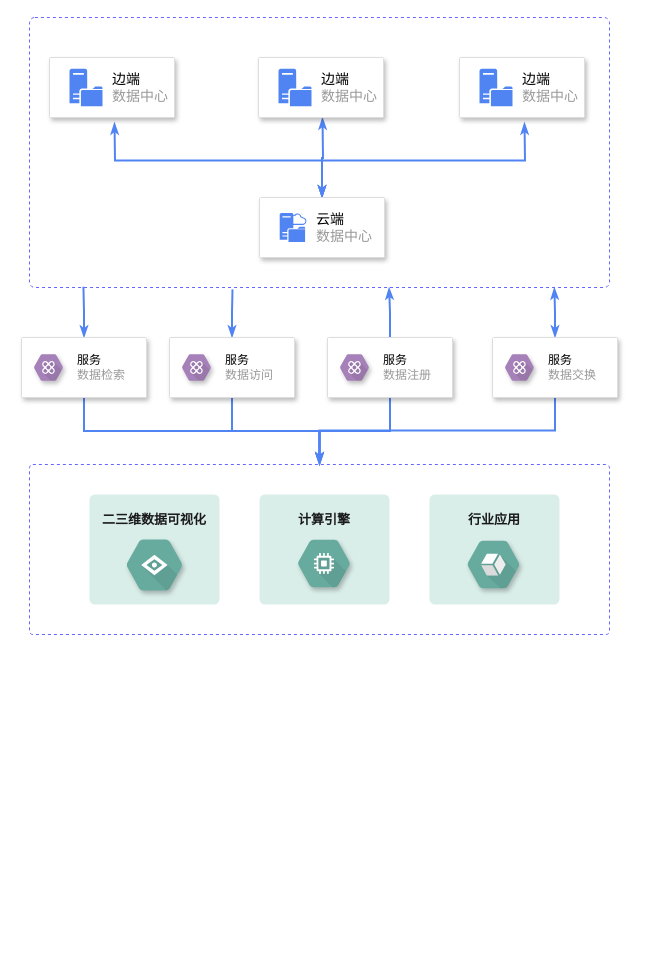
Before: page "整体架构图" (7 of 9) of agriview.drawio in GISering/diagram, a draw.io diagram. Source tidied: cells renumbered, new cells numbered last; positions are measured from the earlier drawing's top-left corner, leaving out a move shared by most shapes. Both pictures are drawn from the tidied source at 100%, with x=0, y=0 at pixel (21, 17).
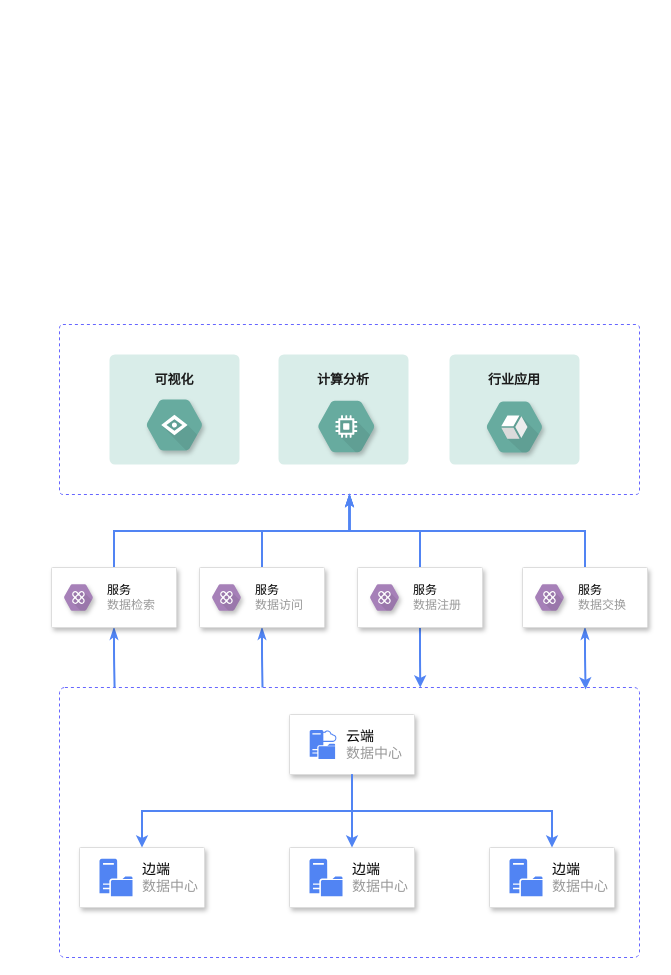
Above is the later version.

Commit message:
1.页面名称备注; 2.整体架构图布局

The change refers to these unchanged cells:
```xml
<mxCell id="26" style="strokeColor=#dddddd;shadow=1;strokeWidth=1;rounded=1;absoluteArcSize=1;arcSize=2;labelBackgroundColor=default;fontSize=16;fontColor=#999999;fillColor=#FFFFFF;" parent="25" vertex="1">
  <mxGeometry width="125" height="60" as="geometry" />
</mxCell>
<mxCell id="29" style="strokeColor=#dddddd;shadow=1;strokeWidth=1;rounded=1;absoluteArcSize=1;arcSize=2;labelBackgroundColor=default;fontSize=16;fontColor=#999999;fillColor=#FFFFFF;" parent="28" vertex="1">
  <mxGeometry width="125" height="60" as="geometry" />
</mxCell>
<mxCell id="32" style="strokeColor=#dddddd;shadow=1;strokeWidth=1;rounded=1;absoluteArcSize=1;arcSize=2;labelBackgroundColor=default;fontSize=16;fontColor=#999999;fillColor=#FFFFFF;" parent="31" vertex="1">
  <mxGeometry width="125" height="60" as="geometry" />
</mxCell>
```

Diff of the diagram source:
```diff
@@
     <mxCell id="2" style="rounded=1;whiteSpace=wrap;html=1;strokeColor=#6666FF;fillColor=#FFFFFF;dashed=1;arcSize=2;" parent="1" vertex="1">
-      <mxGeometry x="8" y="447" width="580" height="170" as="geometry" />
+      <mxGeometry x="38" y="307" width="580" height="170" as="geometry" />
     </mxCell>
     <mxCell id="3" style="rounded=1;whiteSpace=wrap;html=1;strokeColor=#6666FF;fillColor=#FFFFFF;dashed=1;arcSize=2;" parent="1" vertex="1">
-      <mxGeometry x="8" width="580" height="270" as="geometry" />
+      <mxGeometry x="38" y="670" width="580" height="270" as="geometry" />
     </mxCell>
-    <mxCell id="4" style="edgeStyle=orthogonalEdgeStyle;rounded=0;jettySize=auto;html=1;exitX=0.5;exitY=0;exitDx=0;exitDy=0;entryX=0.5;entryY=1;entryDx=0;entryDy=0;fontSize=16;fontColor=#999999;startArrow=classicThin;startFill=1;endArrow=classicThin;endFill=1;strokeColor=#5184F3;strokeWidth=2;" parent="1" edge="1" source="23">
-      <mxGeometry relative="1" as="geometry">
-        <mxPoint x="93" y="105" as="targetPoint" />
-      </mxGeometry>
-    </mxCell>
-    <mxCell id="5" style="edgeStyle=orthogonalEdgeStyle;rounded=0;jettySize=auto;html=1;exitX=0.5;exitY=0;exitDx=0;exitDy=0;entryX=0.5;entryY=1;entryDx=0;entryDy=0;fontSize=16;fontColor=#999999;startArrow=classicThin;startFill=1;endArrow=classicThin;endFill=1;strokeColor=#5184F3;strokeWidth=2;" parent="1" edge="1" source="23">
-      <mxGeometry relative="1" as="geometry">
-        <mxPoint x="503" y="105" as="targetPoint" />
-      </mxGeometry>
-    </mxCell>
-    <mxCell id="6" style="edgeStyle=orthogonalEdgeStyle;rounded=0;jettySize=auto;html=1;exitX=0.5;exitY=0;exitDx=0;exitDy=0;entryX=0.093;entryY=0.997;entryDx=0;entryDy=0;entryPerimeter=0;fontSize=14;fontColor=#999999;startArrow=classicThin;startFill=1;endArrow=none;endFill=0;strokeColor=#5184F3;strokeWidth=2;" parent="1" edge="1" source="8" target="3">
+    <mxCell id="6" style="edgeStyle=orthogonalEdgeStyle;curved=0;rounded=1;sketch=0;jettySize=auto;html=1;exitX=0.5;exitY=1;exitDx=0;exitDy=0;entryX=0.095;entryY=0;entryDx=0;entryDy=0;entryPerimeter=0;fontColor=#393C56;strokeColor=#5184F3;strokeWidth=2;fillColor=#F2CC8F;startArrow=classicThin;startFill=1;endArrow=none;endFill=0;" parent="1" edge="1" source="8" target="3">
       <mxGeometry relative="1" as="geometry" />
     </mxCell>
-    <mxCell id="7" style="edgeStyle=orthogonalEdgeStyle;rounded=0;jettySize=auto;html=1;exitX=0.5;exitY=1;exitDx=0;exitDy=0;fontSize=14;fontColor=#000000;startArrow=none;startFill=0;endArrow=classicThin;endFill=1;strokeColor=#5184F3;strokeWidth=2;" parent="1" edge="1" source="8" target="2">
+    <mxCell id="7" style="edgeStyle=orthogonalEdgeStyle;rounded=0;sketch=0;jettySize=auto;html=1;exitX=0.5;exitY=0;exitDx=0;exitDy=0;entryX=0.5;entryY=1;entryDx=0;entryDy=0;fontColor=#393C56;startArrow=none;startFill=0;endArrow=classicThin;endFill=1;strokeColor=#5184F3;strokeWidth=2;fillColor=#F2CC8F;" parent="1" edge="1" source="8" target="2">
       <mxGeometry relative="1" as="geometry" />
     </mxCell>
     <mxCell id="8" style="strokeColor=#dddddd;shadow=1;strokeWidth=1;rounded=1;absoluteArcSize=1;arcSize=2;labelBackgroundColor=default;fontSize=16;fontColor=#999999;fillColor=#FFFFFF;" parent="1" vertex="1">
-      <mxGeometry y="320" width="125" height="60" as="geometry" />
+      <mxGeometry x="30" y="550" width="125" height="60" as="geometry" />
     </mxCell>
@@
-    <mxCell id="10" style="edgeStyle=orthogonalEdgeStyle;rounded=0;jettySize=auto;html=1;exitX=0.5;exitY=0;exitDx=0;exitDy=0;entryX=0.35;entryY=1.007;entryDx=0;entryDy=0;entryPerimeter=0;fontSize=14;fontColor=#999999;startArrow=classicThin;startFill=1;endArrow=none;endFill=0;strokeColor=#5184F3;strokeWidth=2;" parent="1" edge="1" source="12" target="3">
+    <mxCell id="10" style="edgeStyle=orthogonalEdgeStyle;curved=0;rounded=1;sketch=0;jettySize=auto;html=1;exitX=0.5;exitY=1;exitDx=0;exitDy=0;entryX=0.35;entryY=0;entryDx=0;entryDy=0;entryPerimeter=0;fontColor=#393C56;strokeColor=#5184F3;strokeWidth=2;fillColor=#F2CC8F;endArrow=none;endFill=0;startArrow=classicThin;startFill=1;" parent="1" edge="1" source="12" target="3">
       <mxGeometry relative="1" as="geometry" />
     </mxCell>
-    <mxCell id="11" style="edgeStyle=orthogonalEdgeStyle;rounded=0;jettySize=auto;html=1;exitX=0.5;exitY=1;exitDx=0;exitDy=0;entryX=0.5;entryY=0;entryDx=0;entryDy=0;fontSize=14;fontColor=#000000;startArrow=none;startFill=0;endArrow=classicThin;endFill=1;strokeColor=#5184F3;strokeWidth=2;" parent="1" edge="1" source="12" target="2">
+    <mxCell id="11" style="edgeStyle=orthogonalEdgeStyle;rounded=0;sketch=0;jettySize=auto;html=1;exitX=0.5;exitY=0;exitDx=0;exitDy=0;entryX=0.5;entryY=1;entryDx=0;entryDy=0;fontColor=#393C56;startArrow=none;startFill=0;endArrow=classicThin;endFill=1;strokeColor=#5184F3;strokeWidth=2;fillColor=#F2CC8F;" parent="1" edge="1" source="12" target="2">
       <mxGeometry relative="1" as="geometry" />
     </mxCell>
     <mxCell id="12" style="strokeColor=#dddddd;shadow=1;strokeWidth=1;rounded=1;absoluteArcSize=1;arcSize=2;labelBackgroundColor=default;fontSize=16;fontColor=#999999;fillColor=#FFFFFF;" parent="1" vertex="1">
-      <mxGeometry x="148" y="320" width="125" height="60" as="geometry" />
+      <mxGeometry x="178" y="550" width="125" height="60" as="geometry" />
     </mxCell>
@@
-    <mxCell id="14" style="edgeStyle=orthogonalEdgeStyle;rounded=0;jettySize=auto;html=1;exitX=0.5;exitY=0;exitDx=0;exitDy=0;entryX=0.62;entryY=1;entryDx=0;entryDy=0;entryPerimeter=0;fontSize=14;fontColor=#999999;startArrow=none;startFill=0;endArrow=classicThin;endFill=1;strokeColor=#5184F3;strokeWidth=2;" parent="1" edge="1" source="16" target="3">
+    <mxCell id="14" style="edgeStyle=orthogonalEdgeStyle;curved=0;rounded=1;sketch=0;jettySize=auto;html=1;exitX=0.5;exitY=1;exitDx=0;exitDy=0;entryX=0.622;entryY=0;entryDx=0;entryDy=0;entryPerimeter=0;fontColor=#393C56;strokeColor=#5184F3;strokeWidth=2;fillColor=#F2CC8F;" parent="1" edge="1" source="16" target="3">
       <mxGeometry relative="1" as="geometry" />
     </mxCell>
-    <mxCell id="15" style="edgeStyle=orthogonalEdgeStyle;rounded=0;jettySize=auto;html=1;exitX=0.5;exitY=1;exitDx=0;exitDy=0;entryX=0.5;entryY=0;entryDx=0;entryDy=0;fontSize=14;fontColor=#000000;startArrow=none;startFill=0;endArrow=classicThin;endFill=1;strokeColor=#5184F3;strokeWidth=2;" parent="1" edge="1" source="16" target="2">
+    <mxCell id="15" style="edgeStyle=orthogonalEdgeStyle;rounded=0;sketch=0;jettySize=auto;html=1;exitX=0.5;exitY=0;exitDx=0;exitDy=0;entryX=0.5;entryY=1;entryDx=0;entryDy=0;fontColor=#393C56;startArrow=none;startFill=0;endArrow=classicThin;endFill=1;strokeColor=#5184F3;strokeWidth=2;fillColor=#F2CC8F;" parent="1" edge="1" source="16" target="2">
       <mxGeometry relative="1" as="geometry" />
     </mxCell>
     <mxCell id="16" style="strokeColor=#dddddd;shadow=1;strokeWidth=1;rounded=1;absoluteArcSize=1;arcSize=2;labelBackgroundColor=default;fontSize=16;fontColor=#999999;fillColor=#FFFFFF;" parent="1" vertex="1">
-      <mxGeometry x="306" y="320" width="125" height="60" as="geometry" />
+      <mxGeometry x="336" y="550" width="125" height="60" as="geometry" />
     </mxCell>
@@
-    <mxCell id="18" style="edgeStyle=orthogonalEdgeStyle;rounded=0;jettySize=auto;html=1;exitX=0.5;exitY=0;exitDx=0;exitDy=0;entryX=0.905;entryY=1;entryDx=0;entryDy=0;entryPerimeter=0;fontSize=14;fontColor=#999999;startArrow=classicThin;startFill=1;endArrow=classicThin;endFill=1;strokeColor=#5184F3;strokeWidth=2;" parent="1" edge="1" source="20" target="3">
+    <mxCell id="18" style="edgeStyle=orthogonalEdgeStyle;curved=0;rounded=1;sketch=0;jettySize=auto;html=1;exitX=0.5;exitY=1;exitDx=0;exitDy=0;entryX=0.907;entryY=0.007;entryDx=0;entryDy=0;entryPerimeter=0;fontColor=#393C56;strokeColor=#5184F3;strokeWidth=2;fillColor=#F2CC8F;startArrow=classicThin;startFill=1;" parent="1" edge="1" source="20" target="3">
       <mxGeometry relative="1" as="geometry" />
     </mxCell>
-    <mxCell id="19" style="edgeStyle=orthogonalEdgeStyle;rounded=0;orthogonalLoop=1;jettySize=auto;html=1;exitX=0.5;exitY=1;exitDx=0;exitDy=0;fontSize=14;fontColor=#000000;startArrow=none;startFill=0;endArrow=classicThin;endFill=1;strokeColor=#5184F3;strokeWidth=2;" parent="1" edge="1">
-      <mxGeometry relative="1" as="geometry">
-        <mxPoint x="533.5" y="378" as="sourcePoint" />
-        <mxPoint x="298" y="448" as="targetPoint" />
-        <Array as="points">
-          <mxPoint x="533" y="413" />
-          <mxPoint x="298" y="413" />
-        </Array>
-      </mxGeometry>
-    </mxCell>
+    <mxCell id="46" style="edgeStyle=orthogonalEdgeStyle;rounded=0;sketch=0;jettySize=auto;html=1;exitX=0.5;exitY=0;exitDx=0;exitDy=0;entryX=0.5;entryY=1;entryDx=0;entryDy=0;fontColor=#393C56;startArrow=none;startFill=0;endArrow=classicThin;endFill=1;strokeColor=#5184F3;strokeWidth=2;fillColor=#F2CC8F;" parent="1" edge="1" source="20" target="2">
+      <mxGeometry relative="1" as="geometry" />
+    </mxCell>
     <mxCell id="20" style="strokeColor=#dddddd;shadow=1;strokeWidth=1;rounded=1;absoluteArcSize=1;arcSize=2;labelBackgroundColor=default;fontSize=16;fontColor=#999999;fillColor=#FFFFFF;" parent="1" vertex="1">
-      <mxGeometry x="471" y="320" width="125" height="60" as="geometry" />
+      <mxGeometry x="501" y="550" width="125" height="60" as="geometry" />
     </mxCell>
@@
-    <mxCell id="22" style="edgeStyle=orthogonalEdgeStyle;rounded=0;jettySize=auto;html=1;exitX=0.5;exitY=0;exitDx=0;exitDy=0;fontSize=14;fontColor=#999999;startArrow=classicThin;startFill=1;endArrow=classicThin;endFill=1;strokeColor=#5184F3;strokeWidth=2;" parent="1" edge="1" source="23">
-      <mxGeometry relative="1" as="geometry">
-        <mxPoint x="301" y="100" as="targetPoint" />
-      </mxGeometry>
-    </mxCell>
-    <mxCell id="23" style="strokeColor=#dddddd;shadow=1;strokeWidth=1;rounded=1;absoluteArcSize=1;arcSize=2;labelBackgroundColor=default;fontSize=16;fontColor=#999999;fillColor=#FFFFFF;" parent="1" vertex="1">
-      <mxGeometry x="238" y="180" width="125" height="60" as="geometry" />
-    </mxCell>
-    <mxCell id="24" value="&lt;font style=&quot;font-size: 14px&quot;&gt;&lt;font color=&quot;#000000&quot; style=&quot;font-size: 14px&quot;&gt;云端&lt;/font&gt;&lt;br&gt;&lt;font color=&quot;#999999&quot; style=&quot;font-size: 14px&quot;&gt;数据中心&lt;/font&gt;&lt;/font&gt;" style="sketch=0;shadow=0;dashed=0;html=1;strokeColor=none;labelPosition=right;verticalLabelPosition=middle;verticalAlign=middle;align=left;fillColor=#5184F3;shape=mxgraph.mscae.system_center.cloud_distribution_point;labelBackgroundColor=default;fontSize=10;fontColor=#7EA6FB;spacingLeft=8;" parent="1" vertex="1">
-      <mxGeometry x="258.2" y="195.4" width="26.8" height="29.1" as="geometry" />
-    </mxCell>
     <mxCell id="25" style="group;" parent="1" vertex="1">
-      <mxGeometry x="28" y="40" width="125" height="60" as="geometry" />
+      <mxGeometry x="58" y="830" width="125" height="60" as="geometry" />
     </mxCell>
@@
     <mxCell id="28" style="group;" parent="1" vertex="1">
-      <mxGeometry x="438" y="40" width="125" height="60" as="geometry" />
+      <mxGeometry x="468" y="830" width="125" height="60" as="geometry" />
     </mxCell>
@@
     <mxCell id="31" style="group;" parent="1" vertex="1">
-      <mxGeometry x="237" y="40" width="125" height="60" as="geometry" />
+      <mxGeometry x="268" y="830" width="125" height="60" as="geometry" />
     </mxCell>
@@
     <mxCell id="34" style="group;" parent="1" vertex="1">
-      <mxGeometry x="68" y="477" width="130" height="110" as="geometry" />
+      <mxGeometry x="88" y="337" width="130" height="110" as="geometry" />
     </mxCell>
@@
-    <mxCell id="36" value="二三维数据可视化" style="text;html=1;strokeColor=none;fillColor=none;align=center;verticalAlign=middle;whiteSpace=wrap;rounded=0;shadow=0;fontColor=#1A1A1A;rotation=90;horizontal=0;fontSize=13;fontStyle=1;" parent="34" vertex="1">
+    <mxCell id="36" value="可视化" style="text;html=1;strokeColor=none;fillColor=none;align=center;verticalAlign=middle;whiteSpace=wrap;rounded=0;shadow=0;fontColor=#1A1A1A;rotation=90;horizontal=0;fontSize=13;fontStyle=1;" parent="34" vertex="1">
       <mxGeometry x="48.8" y="-37" width="32.5" height="123.5" as="geometry" />
     </mxCell>
@@
     <mxCell id="38" style="group;" parent="1" vertex="1">
-      <mxGeometry x="238" y="477" width="130" height="110" as="geometry" />
+      <mxGeometry x="257" y="337" width="130" height="110" as="geometry" />
     </mxCell>
@@
-    <mxCell id="40" value="&lt;b&gt;计算引擎&lt;/b&gt;" style="text;html=1;strokeColor=none;fillColor=none;align=center;verticalAlign=middle;whiteSpace=wrap;rounded=0;shadow=0;fontColor=#1A1A1A;rotation=90;horizontal=0;fontSize=13;" parent="38" vertex="1">
+    <mxCell id="40" value="&lt;b&gt;计算分析&lt;/b&gt;" style="text;html=1;strokeColor=none;fillColor=none;align=center;verticalAlign=middle;whiteSpace=wrap;rounded=0;shadow=0;fontColor=#1A1A1A;rotation=90;horizontal=0;fontSize=13;" parent="38" vertex="1">
       <mxGeometry x="48.8" y="-37" width="32.5" height="123.5" as="geometry" />
     </mxCell>
     <mxCell id="41" style="sketch=0;dashed=0;html=1;fillColor=#67AB9F;strokeColor=none;shape=mxgraph.gcp2.hexIcon;prIcon=compute_engine;labelPosition=right;verticalLabelPosition=middle;align=left;verticalAlign=middle;spacingLeft=5;fontColor=#999999;fontSize=12;shadow=1;labelBackgroundColor=default;" parent="38" vertex="1">
-      <mxGeometry x="25" y="34" width="79" height="70" as="geometry" />
+      <mxGeometry x="25" y="34" width="85.7" height="76" as="geometry" />
     </mxCell>
     <mxCell id="42" style="group;" parent="1" vertex="1">
-      <mxGeometry x="408" y="477" width="130" height="110" as="geometry" />
+      <mxGeometry x="428" y="337" width="130" height="110" as="geometry" />
     </mxCell>
@@
     <mxCell id="45" style="sketch=0;html=1;fillColor=#67AB9F;strokeColor=none;verticalAlign=top;labelPosition=center;verticalLabelPosition=bottom;align=center;spacingTop=-6;fontSize=11;fontStyle=1;fontColor=#999999;shape=mxgraph.gcp2.hexIcon;prIcon=stackdriver;shadow=1;labelBackgroundColor=default;" parent="42" vertex="1">
-      <mxGeometry x="24.5" y="35" width="79" height="70" as="geometry" />
+      <mxGeometry x="22.7" y="35" width="84.6" height="75" as="geometry" />
     </mxCell>
+    <mxCell id="47" style="group;" parent="1" vertex="1">
+      <mxGeometry x="268" y="697" width="125" height="60" as="geometry" />
+    </mxCell>
+    <mxCell id="23" style="strokeColor=#dddddd;shadow=1;strokeWidth=1;rounded=1;absoluteArcSize=1;arcSize=2;labelBackgroundColor=default;fontSize=16;fontColor=#999999;fillColor=#FFFFFF;" parent="47" vertex="1">
+      <mxGeometry width="125" height="60" as="geometry" />
+    </mxCell>
+    <mxCell id="24" value="&lt;font style=&quot;font-size: 14px&quot;&gt;&lt;font color=&quot;#000000&quot; style=&quot;font-size: 14px&quot;&gt;云端&lt;/font&gt;&lt;br&gt;&lt;font color=&quot;#999999&quot; style=&quot;font-size: 14px&quot;&gt;数据中心&lt;/font&gt;&lt;/font&gt;" style="sketch=0;shadow=0;dashed=0;html=1;strokeColor=none;labelPosition=right;verticalLabelPosition=middle;verticalAlign=middle;align=left;fillColor=#5184F3;shape=mxgraph.mscae.system_center.cloud_distribution_point;labelBackgroundColor=default;fontSize=10;fontColor=#7EA6FB;spacingLeft=8;" parent="47" vertex="1">
+      <mxGeometry x="20.2" y="15.4" width="26.8" height="29.1" as="geometry" />
+    </mxCell>
+    <mxCell id="48" style="edgeStyle=orthogonalEdgeStyle;sketch=0;jettySize=auto;html=1;exitX=0.5;exitY=1;exitDx=0;exitDy=0;fontColor=#393C56;strokeColor=#5184F3;strokeWidth=2;fillColor=#F2CC8F;entryX=0.5;entryY=0;entryDx=0;entryDy=0;rounded=0;" parent="1" edge="1" source="23" target="26">
+      <mxGeometry relative="1" as="geometry" />
+    </mxCell>
+    <mxCell id="49" style="edgeStyle=orthogonalEdgeStyle;rounded=0;sketch=0;jettySize=auto;html=1;exitX=0.5;exitY=1;exitDx=0;exitDy=0;entryX=0.5;entryY=0;entryDx=0;entryDy=0;fontColor=#393C56;strokeColor=#5184F3;strokeWidth=2;fillColor=#F2CC8F;" parent="1" edge="1" source="23" target="32">
+      <mxGeometry relative="1" as="geometry" />
+    </mxCell>
+    <mxCell id="50" style="edgeStyle=orthogonalEdgeStyle;rounded=0;sketch=0;jettySize=auto;html=1;exitX=0.5;exitY=1;exitDx=0;exitDy=0;entryX=0.5;entryY=0;entryDx=0;entryDy=0;fontColor=#393C56;strokeColor=#5184F3;strokeWidth=2;fillColor=#F2CC8F;" parent="1" edge="1" source="23" target="29">
+      <mxGeometry relative="1" as="geometry" />
+    </mxCell>
```
